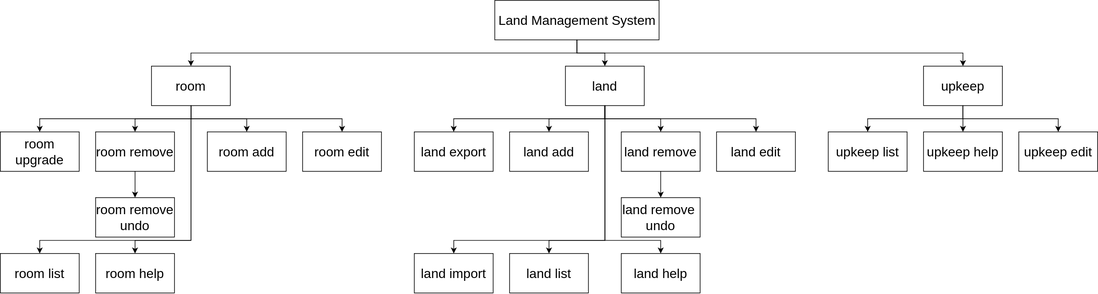
SethHartman13/Housing-Management-System keeps this draw.io diagram as Design Files/Alias Hiearchy.svg. Above is the earlier version. Source tidied: cells renumbered, new cells last; positions are measured from the earlier drawing's top-left corner, leaving out a move shared by most shapes.
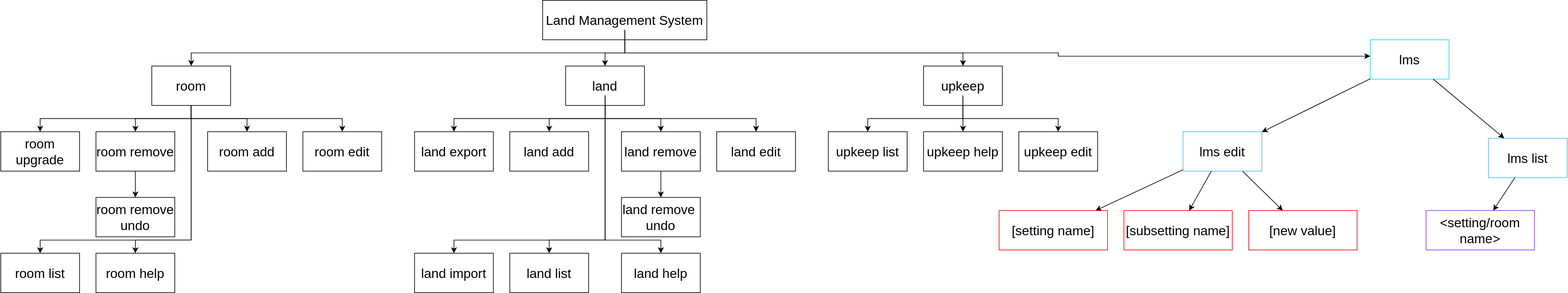
After the commit.

The edit, as a diff of the source:
```diff
@@ -3,7 +3,7 @@
     <mxCell id="0" />
     <mxCell id="1" parent="0" />
     <mxCell id="2" value="&lt;font style=&quot;font-size: 20px;&quot;&gt;Land Management System&lt;/font&gt;" style="rounded=0;whiteSpace=wrap;html=1;" parent="1" vertex="1">
-      <mxGeometry x="752.5" width="250" height="60" as="geometry" />
+      <mxGeometry x="825" width="250" height="60" as="geometry" />
     </mxCell>
     <mxCell id="3" value="&lt;font style=&quot;font-size: 20px;&quot;&gt;land&lt;/font&gt;" style="rounded=0;whiteSpace=wrap;html=1;" parent="1" vertex="1">
       <mxGeometry x="860" y="100" width="120" height="60" as="geometry" />
@@ -17,6 +17,7 @@
     <mxCell id="6" style="endArrow=classic;html=1;rounded=0;noEdgeStyle=1;orthogonal=1;edgeStyle=orthogonalEdgeStyle;" parent="1" edge="1" source="4" target="5">
       <mxGeometry relative="1" as="geometry">
         <Array as="points">
+          <mxPoint x="1465" y="145" />
           <mxPoint x="1465" y="180" />
           <mxPoint x="1610" y="180" />
           <mxPoint x="1610" y="185" />
@@ -26,8 +27,8 @@
     <mxCell id="7" style="endArrow=classic;html=1;rounded=0;noEdgeStyle=1;orthogonal=1;edgeStyle=orthogonalEdgeStyle;" parent="1" edge="1" source="2" target="4">
       <mxGeometry relative="1" as="geometry">
         <Array as="points">
-          <mxPoint x="877.5" y="80" />
-          <mxPoint x="920" y="80" />
+          <mxPoint x="950" y="45" />
+          <mxPoint x="950" y="80" />
           <mxPoint x="1465" y="80" />
           <mxPoint x="1465" y="85" />
         </Array>
@@ -36,7 +37,8 @@
     <mxCell id="8" style="endArrow=classic;html=1;rounded=0;noEdgeStyle=1;orthogonal=1;edgeStyle=orthogonalEdgeStyle;" parent="1" edge="1" source="2" target="3">
       <mxGeometry relative="1" as="geometry">
         <Array as="points">
-          <mxPoint x="877.5" y="80" />
+          <mxPoint x="950" y="45" />
+          <mxPoint x="950" y="80" />
           <mxPoint x="920" y="80" />
           <mxPoint x="920" y="85" />
         </Array>
@@ -48,6 +50,7 @@
     <mxCell id="10" style="endArrow=classic;html=1;rounded=0;noEdgeStyle=1;orthogonal=1;edgeStyle=orthogonalEdgeStyle;" parent="1" edge="1" source="3" target="9">
       <mxGeometry relative="1" as="geometry">
         <Array as="points">
+          <mxPoint x="920" y="145" />
           <mxPoint x="920" y="180" />
           <mxPoint x="690" y="180" />
           <mxPoint x="690" y="185" />
@@ -57,6 +60,7 @@
     <mxCell id="11" style="endArrow=classic;html=1;rounded=0;noEdgeStyle=1;orthogonal=1;edgeStyle=orthogonalEdgeStyle;" parent="1" edge="1" source="3" target="12">
       <mxGeometry relative="1" as="geometry">
         <Array as="points">
+          <mxPoint x="920" y="145" />
           <mxPoint x="920" y="180" />
           <mxPoint x="835" y="180" />
           <mxPoint x="835" y="185" />
@@ -72,6 +76,7 @@
     <mxCell id="14" style="endArrow=classic;html=1;rounded=0;noEdgeStyle=1;orthogonal=1;edgeStyle=orthogonalEdgeStyle;" parent="1" edge="1" source="3" target="13">
       <mxGeometry relative="1" as="geometry">
         <Array as="points">
+          <mxPoint x="920" y="145" />
           <mxPoint x="920" y="180" />
           <mxPoint x="1005" y="180" />
           <mxPoint x="1005" y="185" />
@@ -84,6 +89,7 @@
     <mxCell id="16" style="endArrow=classic;html=1;rounded=0;noEdgeStyle=1;orthogonal=1;edgeStyle=orthogonalEdgeStyle;" parent="1" edge="1" source="4" target="15">
       <mxGeometry relative="1" as="geometry">
         <Array as="points">
+          <mxPoint x="1465" y="145" />
           <mxPoint x="1465" y="180" />
           <mxPoint x="1320" y="180" />
           <mxPoint x="1320" y="185" />
@@ -118,8 +124,8 @@
     <mxCell id="23" style="endArrow=classic;html=1;rounded=0;edgeStyle=orthogonalEdgeStyle;" parent="1" edge="1" source="2" target="18">
       <mxGeometry relative="1" as="geometry">
         <Array as="points">
-          <mxPoint x="877.5" y="45" />
-          <mxPoint x="877.5" y="80" />
+          <mxPoint x="950" y="45" />
+          <mxPoint x="950" y="80" />
           <mxPoint x="290" y="80" />
           <mxPoint x="290" y="85" />
         </Array>
@@ -274,5 +280,55 @@
         </Array>
       </mxGeometry>
     </mxCell>
+    <mxCell id="45" value="&lt;font style=&quot;font-size: 20px;&quot;&gt;lms&lt;/font&gt;" style="rounded=0;whiteSpace=wrap;html=1;strokeColor=#1CDCE8;" parent="1" vertex="1">
+      <mxGeometry x="2085" y="60" width="120" height="60" as="geometry" />
+    </mxCell>
+    <mxCell id="46" value="&lt;font style=&quot;font-size: 20px;&quot;&gt;lms edit&lt;/font&gt;" style="rounded=0;whiteSpace=wrap;html=1;strokeColor=#51BAEA;" parent="1" vertex="1">
+      <mxGeometry x="1800" y="200" width="120" height="60" as="geometry" />
+    </mxCell>
+    <mxCell id="47" style="endArrow=classic;html=1;rounded=0;noEdgeStyle=1;orthogonal=1;edgeStyle=orthogonalEdgeStyle;" parent="1" edge="1" source="2" target="45">
+      <mxGeometry relative="1" as="geometry">
+        <Array as="points">
+          <mxPoint x="950" y="45" />
+          <mxPoint x="950" y="80" />
+          <mxPoint x="1465" y="80" />
+          <mxPoint x="1610" y="80" />
+          <mxPoint x="1610" y="85" />
+        </Array>
+      </mxGeometry>
+    </mxCell>
+    <mxCell id="48" style="endArrow=classic;html=1;rounded=0;" parent="1" edge="1" source="45" target="46">
+      <mxGeometry relative="1" as="geometry" />
+    </mxCell>
+    <mxCell id="49" value="&lt;font style=&quot;font-size: 20px;&quot;&gt;lms list&lt;/font&gt;" style="rounded=0;whiteSpace=wrap;html=1;strokeColor=#51BAEA;" parent="1" vertex="1">
+      <mxGeometry x="2265" y="210" width="120" height="60" as="geometry" />
+    </mxCell>
+    <mxCell id="50" style="endArrow=classic;html=1;rounded=0;" parent="1" edge="1" source="45" target="49">
+      <mxGeometry relative="1" as="geometry" />
+    </mxCell>
+    <mxCell id="51" style="endArrow=classic;html=1;rounded=0;" parent="1" edge="1" source="46" target="53">
+      <mxGeometry relative="1" as="geometry" />
+    </mxCell>
+    <mxCell id="52" style="endArrow=classic;html=1;rounded=0;" parent="1" edge="1" source="46" target="54">
+      <mxGeometry relative="1" as="geometry" />
+    </mxCell>
+    <mxCell id="53" value="&lt;font style=&quot;font-size: 20px;&quot;&gt;[setting name]&lt;/font&gt;" style="rounded=0;whiteSpace=wrap;html=1;strokeColor=#ff0000;" parent="1" vertex="1">
+      <mxGeometry x="1520" y="320" width="165" height="60" as="geometry" />
+    </mxCell>
+    <mxCell id="54" value="&lt;font style=&quot;font-size: 20px;&quot;&gt;[subsetting name]&lt;/font&gt;" style="rounded=0;whiteSpace=wrap;html=1;strokeColor=#ff0000;" parent="1" vertex="1">
+      <mxGeometry x="1710" y="320" width="165" height="60" as="geometry" />
+    </mxCell>
+    <mxCell id="55" style="endArrow=classic;html=1;rounded=0;" parent="1" edge="1" source="46" target="58">
+      <mxGeometry relative="1" as="geometry" />
+    </mxCell>
+    <mxCell id="56" value="&lt;span style=&quot;font-size: 20px;&quot;&gt;&amp;lt;setting/room name&amp;gt;&lt;/span&gt;" style="rounded=0;whiteSpace=wrap;html=1;strokeColor=#8236f5;" parent="1" vertex="1">
+      <mxGeometry x="2170" y="320" width="165" height="60" as="geometry" />
+    </mxCell>
+    <mxCell id="57" style="endArrow=classic;html=1;rounded=0;" parent="1" edge="1" source="49" target="56">
+      <mxGeometry relative="1" as="geometry" />
+    </mxCell>
+    <mxCell id="58" value="&lt;font style=&quot;font-size: 20px;&quot;&gt;[new value]&lt;/font&gt;" style="rounded=0;whiteSpace=wrap;html=1;strokeColor=#ff0000;" parent="1" vertex="1">
+      <mxGeometry x="1900" y="320" width="165" height="60" as="geometry" />
+    </mxCell>
   </root>
 </mxGraphModel>
```
